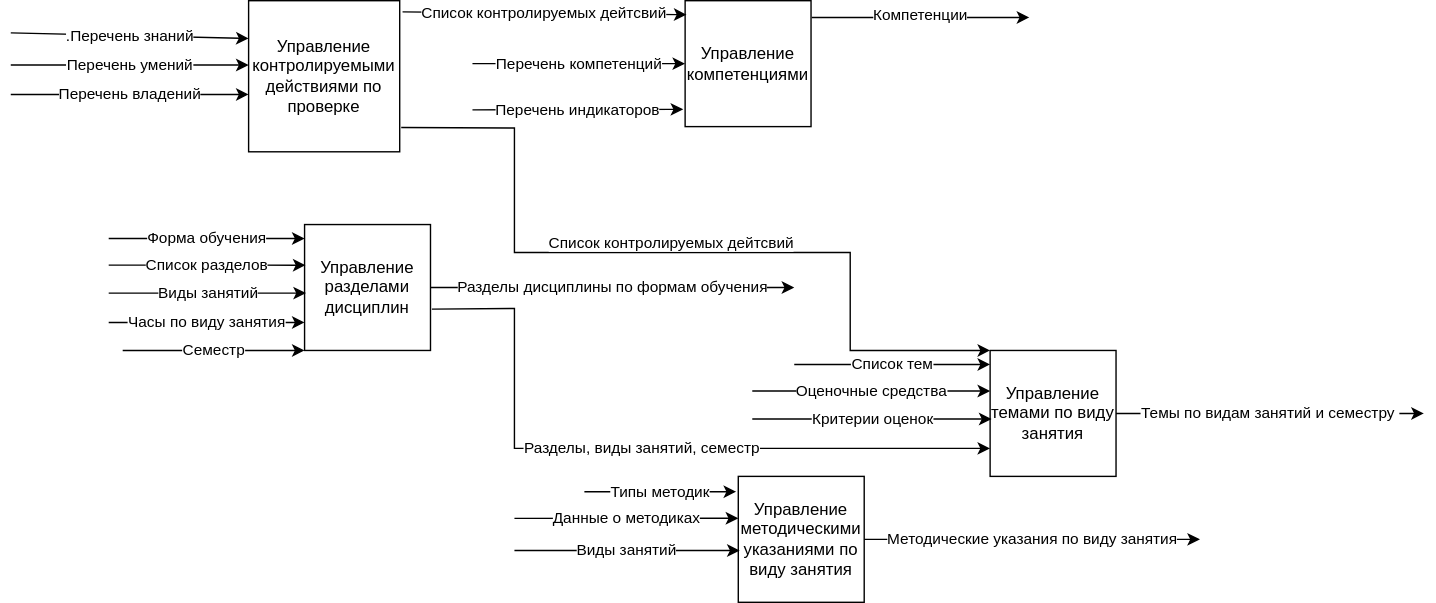
Before: 20.35.drawio.svg, a diagram exported from draw.io (abizgildina/Un20.35). Source tidied: cells renumbered, new cells last; positions are measured from the earlier drawing's top-left corner, leaving out a move shared by most shapes.
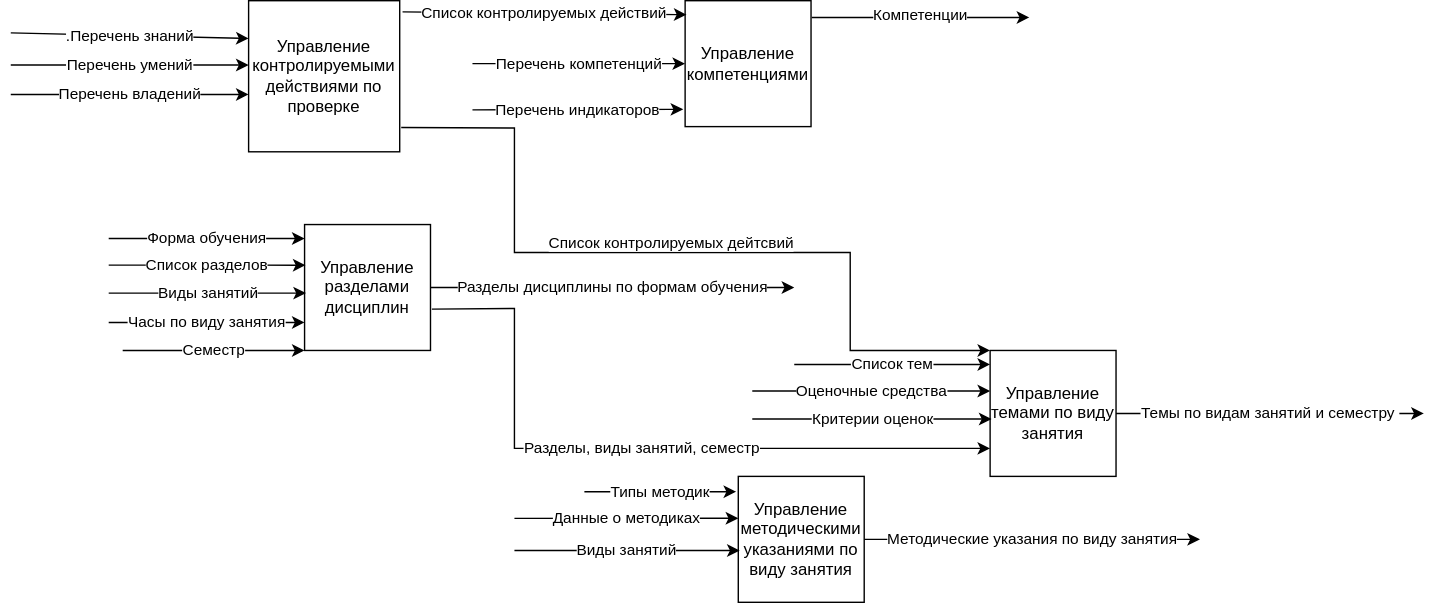
The same file after the commit.

What changed in the source:
```diff
@@ -15,7 +15,7 @@
         <mxPoint x="330" y="78" as="sourcePoint" />
       </mxGeometry>
     </mxCell>
-    <mxCell id="5" value="Список контролируемых дейтсвий" style="endArrow=classic;html=1;rounded=0;entryX=0.011;entryY=0.111;entryDx=0;entryDy=0;exitX=1.019;exitY=0.074;exitDx=0;exitDy=0;exitPerimeter=0;entryPerimeter=0;" parent="1" edge="1" source="6" target="2">
+    <mxCell id="5" value="Список контролируемых действий" style="endArrow=classic;html=1;rounded=0;entryX=0.011;entryY=0.111;entryDx=0;entryDy=0;exitX=1.019;exitY=0.074;exitDx=0;exitDy=0;exitPerimeter=0;entryPerimeter=0;" parent="1" edge="1" source="6" target="2">
       <mxGeometry relative="1" as="geometry" />
     </mxCell>
     <mxCell id="6" value="Управление контролируемыми действиями по проверке" style="whiteSpace=wrap;html=1;" parent="1" vertex="1">
```
